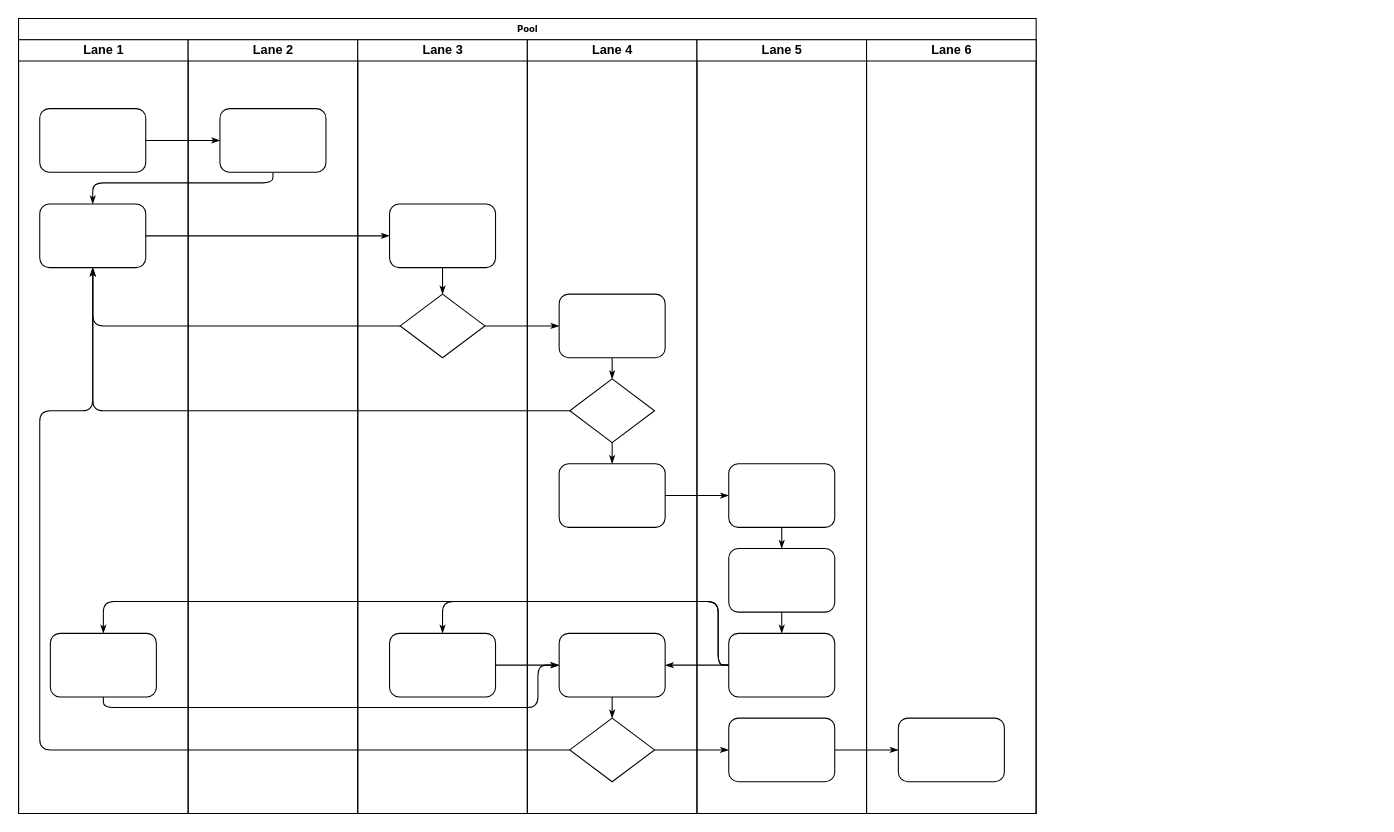
Earlier version of the draw.io diagram Untitled Diagram.drawio (zhenyinhuo/hello-world). Source tidied: cells renumbered, new cells numbered last; positions are measured from the earlier drawing's top-left corner, leaving out a move shared by most shapes. Both pictures are drawn from the tidied source at 106%, with x=0, y=0 at pixel (18, 18).
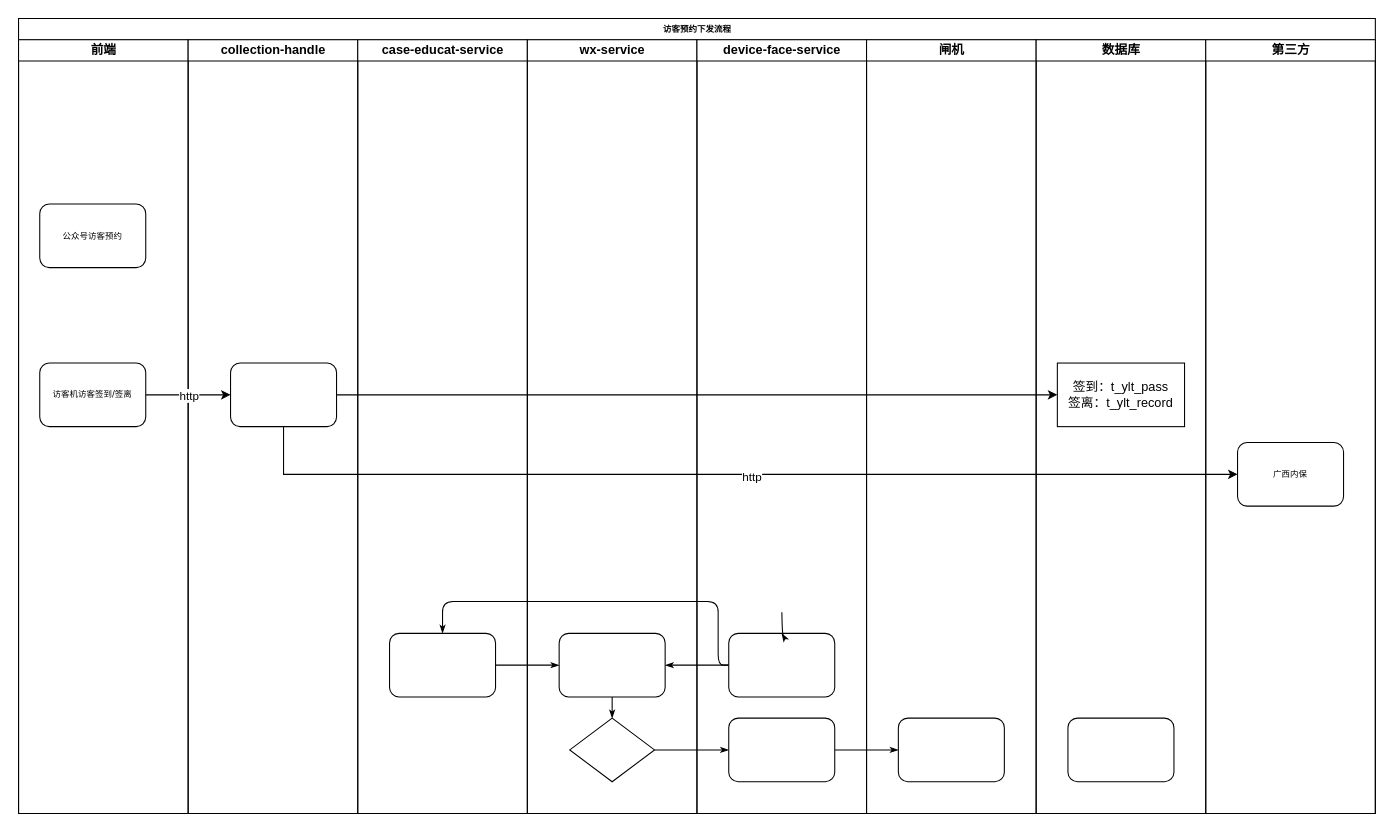
The same diagram, later.

The change refers to these unchanged cells:
```xml
<mxCell id="33" style="rounded=1;whiteSpace=wrap;html=1;shadow=0;labelBackgroundColor=none;strokeWidth=1;fontFamily=Verdana;fontSize=8;align=center;" parent="29" vertex="1">
  <mxGeometry x="30" y="560" width="100" height="60" as="geometry" />
</mxCell>
<mxCell id="34" style="rhombus;whiteSpace=wrap;html=1;rounded=0;shadow=0;labelBackgroundColor=none;strokeWidth=1;fontFamily=Verdana;fontSize=8;align=center;" parent="29" vertex="1">
  <mxGeometry x="40" y="640" width="80" height="60" as="geometry" />
</mxCell>
<mxCell id="41" style="rounded=1;whiteSpace=wrap;html=1;shadow=0;labelBackgroundColor=none;strokeWidth=1;fontFamily=Verdana;fontSize=8;align=center;" parent="38" vertex="1">
  <mxGeometry x="30" y="560" width="100" height="60" as="geometry" />
</mxCell>
```

Change to the diagram source:
```diff
@@
-    <mxCell id="2" value="Pool" style="swimlane;html=1;startSize=20;rounded=0;shadow=0;labelBackgroundColor=none;strokeWidth=1;fontFamily=Verdana;fontSize=8;align=center;" parent="1" vertex="1">
-      <mxGeometry width="960" height="750" as="geometry" />
+    <mxCell id="2" value="访客预约下发流程" style="swimlane;html=1;startSize=20;rounded=0;shadow=0;labelBackgroundColor=none;strokeWidth=1;fontFamily=Verdana;fontSize=8;align=center;" parent="1" vertex="1">
+      <mxGeometry width="1280" height="750" as="geometry" />
     </mxCell>
-    <mxCell id="3" value="Lane 1" style="swimlane;html=1;startSize=20;" parent="2" vertex="1">
+    <mxCell id="3" value="前端" style="swimlane;html=1;startSize=20;" parent="2" vertex="1">
       <mxGeometry y="20" width="160" height="730" as="geometry" />
     </mxCell>
-    <mxCell id="4" style="rounded=1;whiteSpace=wrap;html=1;shadow=0;labelBackgroundColor=none;strokeWidth=1;fontFamily=Verdana;fontSize=8;align=center;" parent="3" vertex="1">
-      <mxGeometry x="20" y="65" width="100" height="60" as="geometry" />
-    </mxCell>
-    <mxCell id="5" style="rounded=1;whiteSpace=wrap;html=1;shadow=0;labelBackgroundColor=none;strokeWidth=1;fontFamily=Verdana;fontSize=8;align=center;" parent="3" vertex="1">
+    <mxCell id="5" value="公众号访客预约" style="rounded=1;whiteSpace=wrap;html=1;shadow=0;labelBackgroundColor=none;strokeWidth=1;fontFamily=Verdana;fontSize=8;align=center;" parent="3" vertex="1">
       <mxGeometry x="20" y="155" width="100" height="60" as="geometry" />
     </mxCell>
-    <mxCell id="6" style="rounded=1;whiteSpace=wrap;html=1;shadow=0;labelBackgroundColor=none;strokeWidth=1;fontFamily=Verdana;fontSize=8;align=center;" parent="3" vertex="1">
-      <mxGeometry x="30" y="560" width="100" height="60" as="geometry" />
+    <mxCell id="6" value="访客机访客签到/签离" style="rounded=1;whiteSpace=wrap;html=1;shadow=0;labelBackgroundColor=none;strokeWidth=1;fontFamily=Verdana;fontSize=8;align=center;" parent="3" vertex="1">
+      <mxGeometry x="20" y="305" width="100" height="60" as="geometry" />
     </mxCell>
-    <mxCell id="7" style="edgeStyle=orthogonalEdgeStyle;rounded=1;html=1;labelBackgroundColor=none;startArrow=none;startFill=0;startSize=5;endArrow=classicThin;endFill=1;endSize=5;jettySize=auto;strokeWidth=1;fontFamily=Verdana;fontSize=8;" parent="2" edge="1" source="4" target="23">
-      <mxGeometry relative="1" as="geometry" />
-    </mxCell>
-    <mxCell id="8" style="edgeStyle=orthogonalEdgeStyle;rounded=1;html=1;labelBackgroundColor=none;startArrow=none;startFill=0;startSize=5;endArrow=classicThin;endFill=1;endSize=5;jettySize=auto;strokeWidth=1;fontFamily=Verdana;fontSize=8;" parent="2" edge="1" source="23" target="5">
-      <mxGeometry relative="1" as="geometry">
-        <Array as="points">
-          <mxPoint x="240" y="155" />
-          <mxPoint x="70" y="155" />
-        </Array>
-      </mxGeometry>
-    </mxCell>
-    <mxCell id="9" style="edgeStyle=orthogonalEdgeStyle;rounded=1;html=1;labelBackgroundColor=none;startArrow=none;startFill=0;startSize=5;endArrow=classicThin;endFill=1;endSize=5;jettySize=auto;strokeWidth=1;fontFamily=Verdana;fontSize=8;" parent="2" edge="1" source="5" target="25">
-      <mxGeometry relative="1" as="geometry" />
-    </mxCell>
-    <mxCell id="10" style="edgeStyle=orthogonalEdgeStyle;rounded=1;html=1;labelBackgroundColor=none;startArrow=none;startFill=0;startSize=5;endArrow=classicThin;endFill=1;endSize=5;jettySize=auto;strokeWidth=1;fontFamily=Verdana;fontSize=8;" parent="2" edge="1" source="26" target="5">
-      <mxGeometry relative="1" as="geometry" />
-    </mxCell>
-    <mxCell id="11" style="edgeStyle=orthogonalEdgeStyle;rounded=1;html=1;labelBackgroundColor=none;startArrow=none;startFill=0;startSize=5;endArrow=classicThin;endFill=1;endSize=5;jettySize=auto;strokeWidth=1;fontFamily=Verdana;fontSize=8;" parent="2" edge="1" source="31" target="5">
-      <mxGeometry relative="1" as="geometry" />
-    </mxCell>
-    <mxCell id="12" style="edgeStyle=orthogonalEdgeStyle;rounded=1;html=1;labelBackgroundColor=none;startArrow=none;startFill=0;startSize=5;endArrow=classicThin;endFill=1;endSize=5;jettySize=auto;strokeWidth=1;fontFamily=Verdana;fontSize=8;" parent="2" edge="1" source="34" target="5">
-      <mxGeometry relative="1" as="geometry">
-        <Array as="points">
-          <mxPoint x="20" y="690" />
-          <mxPoint x="20" y="370" />
-          <mxPoint x="70" y="370" />
-        </Array>
-      </mxGeometry>
-    </mxCell>
-    <mxCell id="13" style="edgeStyle=orthogonalEdgeStyle;rounded=1;html=1;labelBackgroundColor=none;startArrow=none;startFill=0;startSize=5;endArrow=classicThin;endFill=1;endSize=5;jettySize=auto;strokeWidth=1;fontFamily=Verdana;fontSize=8;" parent="2" edge="1" source="26" target="30">
-      <mxGeometry relative="1" as="geometry" />
-    </mxCell>
@@
-    <mxCell id="16" style="edgeStyle=orthogonalEdgeStyle;rounded=1;html=1;labelBackgroundColor=none;startArrow=none;startFill=0;startSize=5;endArrow=classicThin;endFill=1;endSize=5;jettySize=auto;strokeWidth=1;fontFamily=Verdana;fontSize=8;" parent="2" edge="1" source="32" target="39">
-      <mxGeometry relative="1" as="geometry" />
-    </mxCell>
@@
-    <mxCell id="19" style="edgeStyle=orthogonalEdgeStyle;rounded=1;html=1;labelBackgroundColor=none;startArrow=none;startFill=0;startSize=5;endArrow=classicThin;endFill=1;endSize=5;jettySize=auto;strokeWidth=1;fontFamily=Verdana;fontSize=8;" parent="2" edge="1" source="41" target="6">
-      <mxGeometry relative="1" as="geometry">
-        <Array as="points">
-          <mxPoint x="660" y="610" />
-          <mxPoint x="660" y="550" />
-          <mxPoint x="80" y="550" />
-        </Array>
-      </mxGeometry>
-    </mxCell>
-    <mxCell id="20" style="edgeStyle=orthogonalEdgeStyle;rounded=1;html=1;labelBackgroundColor=none;startArrow=none;startFill=0;startSize=5;endArrow=classicThin;endFill=1;endSize=5;jettySize=auto;strokeWidth=1;fontFamily=Verdana;fontSize=8;" parent="2" edge="1" source="6" target="33">
-      <mxGeometry relative="1" as="geometry">
-        <Array as="points">
-          <mxPoint x="80" y="650" />
-          <mxPoint x="490" y="650" />
-          <mxPoint x="490" y="610" />
-        </Array>
-      </mxGeometry>
-    </mxCell>
@@
-    <mxCell id="22" value="Lane 2" style="swimlane;html=1;startSize=20;" parent="2" vertex="1">
+    <mxCell id="22" value="collection-handle" style="swimlane;html=1;startSize=20;" parent="2" vertex="1">
       <mxGeometry x="160" y="20" width="160" height="730" as="geometry" />
     </mxCell>
-    <mxCell id="23" style="rounded=1;whiteSpace=wrap;html=1;shadow=0;labelBackgroundColor=none;strokeWidth=1;fontFamily=Verdana;fontSize=8;align=center;" parent="22" vertex="1">
-      <mxGeometry x="30" y="65" width="100" height="60" as="geometry" />
-    </mxCell>
+    <mxCell id="25" style="rounded=1;whiteSpace=wrap;html=1;shadow=0;labelBackgroundColor=none;strokeWidth=1;fontFamily=Verdana;fontSize=8;align=center;" parent="22" vertex="1">
+      <mxGeometry x="40" y="305" width="100" height="60" as="geometry" />
+    </mxCell>
-    <mxCell id="24" value="Lane 3" style="swimlane;html=1;startSize=20;" parent="2" vertex="1">
+    <mxCell id="24" value="case-educat-service" style="swimlane;html=1;startSize=20;" parent="2" vertex="1">
       <mxGeometry x="320" y="20" width="160" height="730" as="geometry" />
     </mxCell>
-    <mxCell id="25" style="rounded=1;whiteSpace=wrap;html=1;shadow=0;labelBackgroundColor=none;strokeWidth=1;fontFamily=Verdana;fontSize=8;align=center;" parent="24" vertex="1">
-      <mxGeometry x="30" y="155" width="100" height="60" as="geometry" />
-    </mxCell>
-    <mxCell id="26" style="rhombus;whiteSpace=wrap;html=1;rounded=0;shadow=0;labelBackgroundColor=none;strokeWidth=1;fontFamily=Verdana;fontSize=8;align=center;" parent="24" vertex="1">
-      <mxGeometry x="40" y="240" width="80" height="60" as="geometry" />
-    </mxCell>
@@
-    <mxCell id="28" style="edgeStyle=orthogonalEdgeStyle;rounded=1;html=1;labelBackgroundColor=none;startArrow=none;startFill=0;startSize=5;endArrow=classicThin;endFill=1;endSize=5;jettySize=auto;strokeWidth=1;fontFamily=Verdana;fontSize=8;" parent="24" edge="1" source="25" target="26">
-      <mxGeometry relative="1" as="geometry" />
-    </mxCell>
-    <mxCell id="29" value="Lane 4" style="swimlane;html=1;startSize=20;" parent="2" vertex="1">
+    <mxCell id="29" value="wx-service" style="swimlane;html=1;startSize=20;" parent="2" vertex="1">
       <mxGeometry x="480" y="20" width="160" height="730" as="geometry" />
     </mxCell>
-    <mxCell id="30" style="rounded=1;whiteSpace=wrap;html=1;shadow=0;labelBackgroundColor=none;strokeWidth=1;fontFamily=Verdana;fontSize=8;align=center;" parent="29" vertex="1">
-      <mxGeometry x="30" y="240" width="100" height="60" as="geometry" />
-    </mxCell>
-    <mxCell id="31" style="rhombus;whiteSpace=wrap;html=1;rounded=0;shadow=0;labelBackgroundColor=none;strokeWidth=1;fontFamily=Verdana;fontSize=8;align=center;" parent="29" vertex="1">
-      <mxGeometry x="40" y="320" width="80" height="60" as="geometry" />
-    </mxCell>
-    <mxCell id="32" style="rounded=1;whiteSpace=wrap;html=1;shadow=0;labelBackgroundColor=none;strokeWidth=1;fontFamily=Verdana;fontSize=8;align=center;" parent="29" vertex="1">
-      <mxGeometry x="30" y="400" width="100" height="60" as="geometry" />
-    </mxCell>
@@
-    <mxCell id="35" style="edgeStyle=orthogonalEdgeStyle;rounded=1;html=1;labelBackgroundColor=none;startArrow=none;startFill=0;startSize=5;endArrow=classicThin;endFill=1;endSize=5;jettySize=auto;strokeColor=#000000;strokeWidth=1;fontFamily=Verdana;fontSize=8;fontColor=#000000;" parent="29" edge="1" source="30" target="31">
-      <mxGeometry relative="1" as="geometry" />
-    </mxCell>
-    <mxCell id="36" style="edgeStyle=orthogonalEdgeStyle;rounded=1;html=1;labelBackgroundColor=none;startArrow=none;startFill=0;startSize=5;endArrow=classicThin;endFill=1;endSize=5;jettySize=auto;strokeWidth=1;fontFamily=Verdana;fontSize=8;" parent="29" edge="1" source="31" target="32">
-      <mxGeometry relative="1" as="geometry" />
-    </mxCell>
@@
-    <mxCell id="38" value="Lane 5" style="swimlane;html=1;startSize=20;" parent="2" vertex="1">
+    <mxCell id="38" value="device-face-service" style="swimlane;html=1;startSize=20;" parent="2" vertex="1">
       <mxGeometry x="640" y="20" width="160" height="730" as="geometry" />
     </mxCell>
-    <mxCell id="39" style="rounded=1;whiteSpace=wrap;html=1;shadow=0;labelBackgroundColor=none;strokeWidth=1;fontFamily=Verdana;fontSize=8;align=center;" parent="38" vertex="1">
-      <mxGeometry x="30" y="400" width="100" height="60" as="geometry" />
-    </mxCell>
-    <mxCell id="40" style="rounded=1;whiteSpace=wrap;html=1;shadow=0;labelBackgroundColor=none;strokeWidth=1;fontFamily=Verdana;fontSize=8;align=center;" parent="38" vertex="1">
-      <mxGeometry x="30" y="480" width="100" height="60" as="geometry" />
-    </mxCell>
@@
-    <mxCell id="43" style="edgeStyle=orthogonalEdgeStyle;rounded=1;html=1;labelBackgroundColor=none;startArrow=none;startFill=0;startSize=5;endArrow=classicThin;endFill=1;endSize=5;jettySize=auto;strokeWidth=1;fontFamily=Verdana;fontSize=8;" parent="38" edge="1" source="39" target="40">
-      <mxGeometry relative="1" as="geometry" />
-    </mxCell>
-    <mxCell id="44" style="edgeStyle=orthogonalEdgeStyle;rounded=1;html=1;labelBackgroundColor=none;startArrow=none;startFill=0;startSize=5;endArrow=classicThin;endFill=1;endSize=5;jettySize=auto;strokeWidth=1;fontFamily=Verdana;fontSize=8;" parent="38" edge="1" source="40" target="41">
-      <mxGeometry relative="1" as="geometry" />
+    <mxCell id="44" style="edgeStyle=orthogonalEdgeStyle;rounded=1;html=1;labelBackgroundColor=none;startArrow=none;startFill=0;startSize=5;endArrow=classicThin;endFill=1;endSize=5;jettySize=auto;strokeWidth=1;fontFamily=Verdana;fontSize=8;" parent="38" edge="1" target="41">
+      <mxGeometry relative="1" as="geometry">
+        <mxPoint x="80.1" y="540" as="sourcePoint" />
+      </mxGeometry>
     </mxCell>
-    <mxCell id="45" value="Lane 6" style="swimlane;html=1;startSize=20;" parent="2" vertex="1">
+    <mxCell id="45" value="闸机" style="swimlane;html=1;startSize=20;" parent="2" vertex="1">
       <mxGeometry x="800" y="20" width="160" height="730" as="geometry" />
     </mxCell>
@@
+    <mxCell id="47" value="数据库" style="swimlane;html=1;startSize=20;" parent="2" vertex="1">
+      <mxGeometry x="960" y="20" width="160" height="730" as="geometry" />
+    </mxCell>
+    <mxCell id="48" style="rounded=1;whiteSpace=wrap;html=1;shadow=0;labelBackgroundColor=none;strokeWidth=1;fontFamily=Verdana;fontSize=8;align=center;" parent="47" vertex="1">
+      <mxGeometry x="30" y="640" width="100" height="60" as="geometry" />
+    </mxCell>
+    <mxCell id="49" value="签到：t_ylt_pass&lt;br&gt;签离：t_ylt_record" style="rounded=0;whiteSpace=wrap;html=1;" parent="47" vertex="1">
+      <mxGeometry x="20" y="305" width="120" height="60" as="geometry" />
+    </mxCell>
+    <mxCell id="50" value="第三方" style="swimlane;html=1;startSize=20;" parent="2" vertex="1">
+      <mxGeometry x="1120" y="20" width="160" height="730" as="geometry" />
+    </mxCell>
+    <mxCell id="51" value="广西内保" style="rounded=1;whiteSpace=wrap;html=1;shadow=0;labelBackgroundColor=none;strokeWidth=1;fontFamily=Verdana;fontSize=8;align=center;" parent="50" vertex="1">
+      <mxGeometry x="30" y="380" width="100" height="60" as="geometry" />
+    </mxCell>
+    <mxCell id="52" style="edgeStyle=orthogonalEdgeStyle;rounded=0;jettySize=auto;html=1;exitX=1;exitY=0.5;exitDx=0;exitDy=0;entryX=0;entryY=0.5;entryDx=0;entryDy=0;" parent="2" edge="1" source="6" target="25">
+      <mxGeometry relative="1" as="geometry" />
+    </mxCell>
+    <mxCell id="53" value="http" style="edgeLabel;html=1;align=center;verticalAlign=middle;" parent="52" vertex="1">
+      <mxGeometry x="-0.34" y="1" relative="1" as="geometry">
+        <mxPoint x="14" y="1" as="offset" />
+      </mxGeometry>
+    </mxCell>
+    <mxCell id="54" style="edgeStyle=orthogonalEdgeStyle;rounded=0;jettySize=auto;html=1;exitX=1;exitY=0.5;exitDx=0;exitDy=0;entryX=0;entryY=0.5;entryDx=0;entryDy=0;" parent="2" edge="1" source="25" target="49">
+      <mxGeometry relative="1" as="geometry" />
+    </mxCell>
+    <mxCell id="55" style="edgeStyle=elbowEdgeStyle;elbow=horizontal;endArrow=classic;html=1;rounded=0;exitX=0.5;exitY=1;exitDx=0;exitDy=0;entryX=0;entryY=0.5;entryDx=0;entryDy=0;" parent="2" edge="1" source="25" target="51">
+      <mxGeometry relative="1" as="geometry">
+        <Array as="points">
+          <mxPoint x="250" y="440" />
+          <mxPoint x="460" y="420" />
+          <mxPoint x="710" y="450" />
+          <mxPoint x="510" y="470" />
+        </Array>
+      </mxGeometry>
+    </mxCell>
+    <mxCell id="56" value="http" style="edgeLabel;html=1;align=center;verticalAlign=middle;" parent="55" vertex="1">
+      <mxGeometry x="0.03" y="-2" relative="1" as="geometry">
+        <mxPoint x="-1" as="offset" />
+      </mxGeometry>
+    </mxCell>
```
